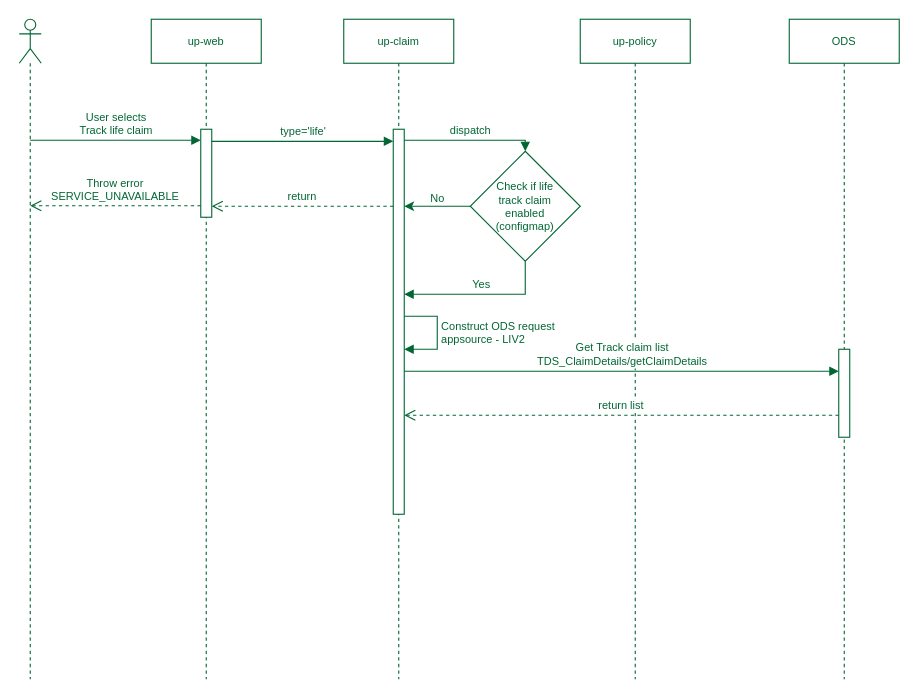
Above: page "Life" (1 of 3) of Track-claim.drawio in ajeeshraj56/drawio (draw.io), before the change. Source tidied: cells renumbered, new cells numbered last; positions are measured from the earlier drawing's top-left corner, leaving out a move shared by most shapes. Both pictures are drawn from the tidied source at 110%, with x=0, y=0 at pixel (19, 19).
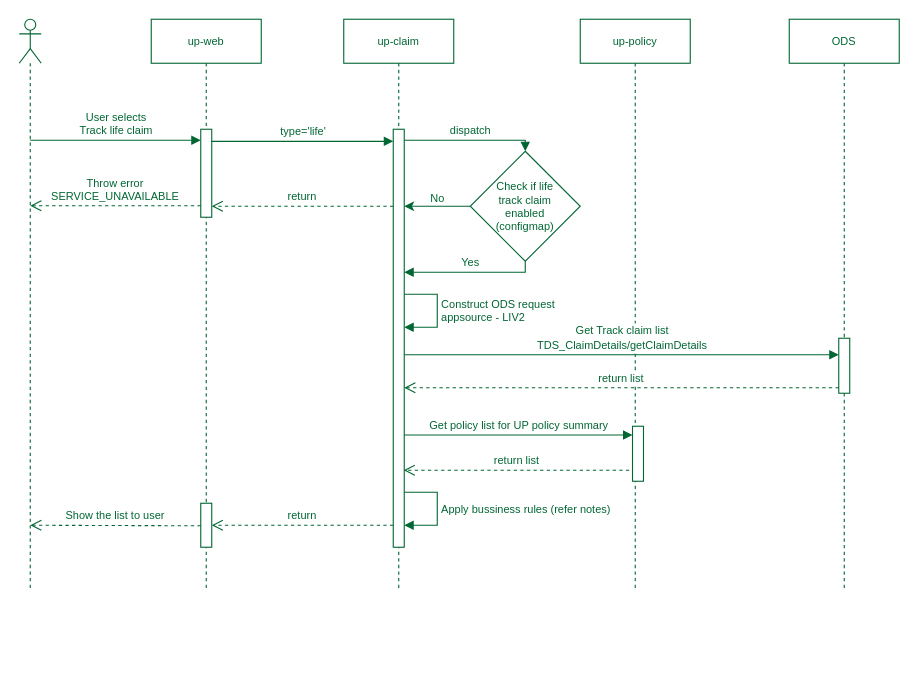
The same page after the edit.

The change refers to these unchanged cells:
```xml
<mxCell id="11" value="&lt;font style=&quot;font-size: 10px;&quot;&gt;Check if life&lt;br style=&quot;font-size: 10px;&quot;&gt;track claim&lt;br style=&quot;font-size: 10px;&quot;&gt;enabled &lt;br style=&quot;font-size: 10px;&quot;&gt;(configmap)&lt;/font&gt;" style="strokeWidth=1;html=1;shape=mxgraph.flowchart.decision;whiteSpace=wrap;strokeColor=#006633;fontColor=#006633;fontSize=10;" parent="1" vertex="1">
  <mxGeometry x="410" y="120" width="100" height="100" as="geometry" />
</mxCell>
```

Diff of the diagram source:
```diff
@@
-    <mxCell id="2" style="shape=umlLifeline;perimeter=lifelinePerimeter;whiteSpace=wrap;html=1;newEdgeStyle={&quot;curved&quot;:0,&quot;rounded&quot;:0};participant=umlActor;strokeColor=#006633;fontColor=#006633;fontSize=10;" parent="1" vertex="1">
-      <mxGeometry width="20" height="600" as="geometry" />
-    </mxCell>
+    <mxCell id="22" style="shape=umlLifeline;perimeter=lifelinePerimeter;whiteSpace=wrap;html=1;newEdgeStyle={&quot;curved&quot;:0,&quot;rounded&quot;:0};participant=umlActor;strokeColor=#006633;fontColor=#006633;fontSize=10;" parent="1" vertex="1">
+      <mxGeometry width="20" height="520" as="geometry" />
+    </mxCell>
     <mxCell id="3" value="up-web" style="shape=umlLifeline;perimeter=lifelinePerimeter;whiteSpace=wrap;html=1;newEdgeStyle={&quot;curved&quot;:0,&quot;rounded&quot;:0};strokeColor=#006633;fontColor=#006633;fontSize=10;" parent="1" vertex="1">
-      <mxGeometry x="120" width="100" height="600" as="geometry" />
+      <mxGeometry x="120" width="100" height="520" as="geometry" />
     </mxCell>
@@
+    <mxCell id="23" style="html=1;perimeter=orthogonalPerimeter;targetShapes=umlLifeline;newEdgeStyle={&quot;curved&quot;:0,&quot;rounded&quot;:0};strokeColor=#006633;fontColor=#006633;fontSize=10;" parent="3" vertex="1">
+      <mxGeometry x="45" y="440" width="10" height="40" as="geometry" />
+    </mxCell>
     <mxCell id="5" value="up-claim" style="shape=umlLifeline;perimeter=lifelinePerimeter;whiteSpace=wrap;html=1;newEdgeStyle={&quot;curved&quot;:0,&quot;rounded&quot;:0};strokeColor=#006633;fontColor=#006633;fontSize=10;" parent="1" vertex="1">
-      <mxGeometry x="295" width="100" height="600" as="geometry" />
+      <mxGeometry x="295" width="100" height="520" as="geometry" />
     </mxCell>
-    <mxCell id="6" style="html=1;points=[[0,0,0,0,5],[0,1,0,0,-5],[1,0,0,0,5],[1,1,0,0,-5]];perimeter=orthogonalPerimeter;outlineConnect=0;targetShapes=umlLifeline;portConstraint=eastwest;newEdgeStyle={&quot;curved&quot;:0,&quot;rounded&quot;:0};strokeColor=#006633;fontColor=#006633;fontSize=10;" parent="5" vertex="1">
-      <mxGeometry x="45" y="100" width="10" height="350" as="geometry" />
-    </mxCell>
+    <mxCell id="24" style="html=1;points=[[0,0,0,0,5],[0,1,0,0,-5],[1,0,0,0,5],[1,1,0,0,-5]];perimeter=orthogonalPerimeter;outlineConnect=0;targetShapes=umlLifeline;portConstraint=eastwest;newEdgeStyle={&quot;curved&quot;:0,&quot;rounded&quot;:0};strokeColor=#006633;fontColor=#006633;fontSize=10;" parent="5" vertex="1">
+      <mxGeometry x="45" y="100" width="10" height="380" as="geometry" />
+    </mxCell>
     <mxCell id="7" value="up-policy" style="shape=umlLifeline;perimeter=lifelinePerimeter;whiteSpace=wrap;html=1;newEdgeStyle={&quot;curved&quot;:0,&quot;rounded&quot;:0};strokeColor=#006633;fontColor=#006633;fontSize=10;" parent="1" vertex="1">
-      <mxGeometry x="510" width="100" height="600" as="geometry" />
+      <mxGeometry x="510" width="100" height="520" as="geometry" />
     </mxCell>
+    <mxCell id="25" style="html=1;perimeter=orthogonalPerimeter;targetShapes=umlLifeline;newEdgeStyle={&quot;curved&quot;:0,&quot;rounded&quot;:0};fontColor=#006633;strokeColor=#006633;" parent="7" vertex="1">
+      <mxGeometry x="47.5" y="370" width="10" height="50" as="geometry" />
+    </mxCell>
     <mxCell id="8" value="ODS" style="shape=umlLifeline;perimeter=lifelinePerimeter;whiteSpace=wrap;html=1;newEdgeStyle={&quot;curved&quot;:0,&quot;rounded&quot;:0};strokeColor=#006633;fontColor=#006633;fontSize=10;" parent="1" vertex="1">
-      <mxGeometry x="700" width="100" height="600" as="geometry" />
+      <mxGeometry x="700" width="100" height="520" as="geometry" />
     </mxCell>
-    <mxCell id="9" style="html=1;points=[[0,0,0,0,5],[0,1,0,0,-5],[1,0,0,0,5],[1,1,0,0,-5]];perimeter=orthogonalPerimeter;outlineConnect=0;targetShapes=umlLifeline;portConstraint=eastwest;newEdgeStyle={&quot;curved&quot;:0,&quot;rounded&quot;:0};fontColor=#006633;strokeColor=#006633;" parent="8" vertex="1">
-      <mxGeometry x="45" y="300" width="10" height="80" as="geometry" />
-    </mxCell>
-    <mxCell id="10" style="rounded=0;jettySize=auto;html=1;exitX=0;exitY=0.5;exitDx=0;exitDy=0;exitPerimeter=0;strokeColor=#006633;fontColor=#006633;fontSize=10;" parent="1" edge="1" source="11" target="6">
-      <mxGeometry relative="1" as="geometry" />
-    </mxCell>
+    <mxCell id="26" style="html=1;points=[[0,0,0,0,5],[0,1,0,0,-5],[1,0,0,0,5],[1,1,0,0,-5]];perimeter=orthogonalPerimeter;outlineConnect=0;targetShapes=umlLifeline;portConstraint=eastwest;newEdgeStyle={&quot;curved&quot;:0,&quot;rounded&quot;:0};fontColor=#006633;strokeColor=#006633;" parent="8" vertex="1">
+      <mxGeometry x="45" y="290" width="10" height="50" as="geometry" />
+    </mxCell>
+    <mxCell id="27" style="rounded=0;jettySize=auto;html=1;exitX=0;exitY=0.5;exitDx=0;exitDy=0;exitPerimeter=0;strokeColor=#006633;fontColor=#006633;fontSize=10;" parent="1" edge="1" source="11" target="24">
+      <mxGeometry relative="1" as="geometry" />
+    </mxCell>
@@
-    <mxCell id="14" value="dispatch" style="html=1;verticalAlign=bottom;endArrow=block;rounded=0;entryX=0.5;entryY=0;entryDx=0;entryDy=0;entryPerimeter=0;edgeStyle=orthogonalEdgeStyle;strokeColor=#006633;fontColor=#006633;fontSize=10;" parent="1" edge="1" source="6" target="11">
+    <mxCell id="14" value="dispatch" style="html=1;verticalAlign=bottom;endArrow=block;rounded=0;entryX=0.5;entryY=0;entryDx=0;entryDy=0;entryPerimeter=0;edgeStyle=orthogonalEdgeStyle;strokeColor=#006633;fontColor=#006633;fontSize=10;" parent="1" edge="1" source="24" target="11">
       <mxGeometry relative="1" as="geometry">
         <Array as="points">
           <mxPoint x="460" y="110" />
         </Array>
       </mxGeometry>
     </mxCell>
@@
-    <mxCell id="16" value="return" style="html=1;verticalAlign=bottom;endArrow=open;dashed=1;endSize=8;curved=0;rounded=0;strokeColor=#006633;fontColor=#006633;fontSize=10;" parent="1" edge="1">
-      <mxGeometry relative="1" as="geometry">
-        <mxPoint x="340" y="170" as="sourcePoint" />
-        <mxPoint x="175" y="170" as="targetPoint" />
-      </mxGeometry>
-    </mxCell>
+    <mxCell id="28" value="return" style="html=1;verticalAlign=bottom;endArrow=open;dashed=1;endSize=8;curved=0;rounded=0;strokeColor=#006633;fontColor=#006633;fontSize=10;" parent="1" edge="1">
+      <mxGeometry relative="1" as="geometry">
+        <mxPoint x="340" y="170" as="sourcePoint" />
+        <mxPoint x="175" y="170" as="targetPoint" />
+      </mxGeometry>
+    </mxCell>
@@
-    <mxCell id="18" value="Yes" style="html=1;verticalAlign=bottom;endArrow=block;rounded=0;exitX=0.5;exitY=1;exitDx=0;exitDy=0;exitPerimeter=0;edgeStyle=orthogonalEdgeStyle;strokeColor=#006633;fontColor=#006633;fontSize=10;" parent="1" edge="1" source="11" target="6">
+    <mxCell id="18" value="Yes" style="html=1;verticalAlign=bottom;endArrow=block;rounded=0;exitX=0.5;exitY=1;exitDx=0;exitDy=0;exitPerimeter=0;edgeStyle=orthogonalEdgeStyle;strokeColor=#006633;fontColor=#006633;fontSize=10;" parent="1" edge="1" source="11" target="24">
       <mxGeometry relative="1" as="geometry">
         <Array as="points">
-          <mxPoint x="460" y="250" />
+          <mxPoint x="460" y="230" />
         </Array>
       </mxGeometry>
     </mxCell>
-    <mxCell id="19" value="&lt;font style=&quot;font-size: 10px;&quot;&gt;Construct ODS request&lt;br style=&quot;font-size: 10px;&quot;&gt;appsource - LIV2&lt;/font&gt;" style="html=1;align=left;spacingLeft=2;endArrow=block;rounded=0;edgeStyle=orthogonalEdgeStyle;curved=0;rounded=0;strokeColor=#006633;fontColor=#006633;fontSize=10;" parent="1" edge="1" target="6">
+    <mxCell id="19" value="&lt;font style=&quot;font-size: 10px;&quot;&gt;Construct ODS request&lt;br style=&quot;font-size: 10px;&quot;&gt;appsource - LIV2&lt;/font&gt;" style="html=1;align=left;spacingLeft=2;endArrow=block;rounded=0;edgeStyle=orthogonalEdgeStyle;curved=0;rounded=0;strokeColor=#006633;fontColor=#006633;fontSize=10;" parent="1" edge="1">
       <mxGeometry relative="1" as="geometry">
-        <mxPoint x="350" y="270" as="sourcePoint" />
+        <mxPoint x="350" y="250" as="sourcePoint" />
+        <mxPoint x="350" y="280" as="targetPoint" />
         <Array as="points">
-          <mxPoint x="380" y="270" />
-          <mxPoint x="380" y="300" />
+          <mxPoint x="380" y="250" />
+          <mxPoint x="380" y="280" />
         </Array>
       </mxGeometry>
     </mxCell>
-    <mxCell id="20" value="&lt;font style=&quot;font-size: 10px;&quot;&gt;Get Track claim list&lt;br&gt;TDS_ClaimDetails/getClaimDetails&lt;/font&gt;" style="html=1;verticalAlign=bottom;endArrow=block;curved=0;rounded=0;fontColor=#006633;strokeColor=#006633;" parent="1" edge="1" target="9">
+    <mxCell id="20" value="&lt;font style=&quot;font-size: 10px;&quot;&gt;Get Track claim list&lt;br&gt;TDS_ClaimDetails/getClaimDetails&lt;/font&gt;" style="html=1;verticalAlign=bottom;endArrow=block;curved=0;rounded=0;fontColor=#006633;strokeColor=#006633;" parent="1" edge="1" target="26">
       <mxGeometry relative="1" as="geometry">
-        <mxPoint x="350" y="320" as="sourcePoint" />
+        <mxPoint x="350" y="305" as="sourcePoint" />
       </mxGeometry>
     </mxCell>
-    <mxCell id="21" value="return list" style="html=1;verticalAlign=bottom;endArrow=open;dashed=1;endSize=8;curved=0;rounded=0;strokeColor=#006633;fontColor=#006633;fontSize=10;" parent="1" edge="1">
-      <mxGeometry relative="1" as="geometry">
-        <mxPoint x="745" y="360" as="sourcePoint" />
-        <mxPoint x="350" y="360" as="targetPoint" />
-      </mxGeometry>
-    </mxCell>
+    <mxCell id="29" value="return list" style="html=1;verticalAlign=bottom;endArrow=open;dashed=1;endSize=8;curved=0;rounded=0;strokeColor=#006633;fontColor=#006633;fontSize=10;" parent="1" edge="1">
+      <mxGeometry relative="1" as="geometry">
+        <mxPoint x="745" y="335" as="sourcePoint" />
+        <mxPoint x="350" y="335" as="targetPoint" />
+      </mxGeometry>
+    </mxCell>
+    <mxCell id="30" value="&lt;span style=&quot;font-size: 10px;&quot;&gt;Get policy list for UP policy summary&lt;/span&gt;" style="html=1;verticalAlign=bottom;endArrow=block;curved=0;rounded=0;fontColor=#006633;strokeColor=#006633;" parent="1" edge="1">
+      <mxGeometry relative="1" as="geometry">
+        <mxPoint x="350" y="378" as="sourcePoint" />
+        <mxPoint x="557.5" y="378" as="targetPoint" />
+      </mxGeometry>
+    </mxCell>
+    <mxCell id="31" value="return list" style="html=1;verticalAlign=bottom;endArrow=open;dashed=1;endSize=8;curved=0;rounded=0;strokeColor=#006633;fontColor=#006633;fontSize=10;" parent="1" edge="1">
+      <mxGeometry relative="1" as="geometry">
+        <mxPoint x="554.5" y="410" as="sourcePoint" />
+        <mxPoint x="349.5" y="410" as="targetPoint" />
+        <Array as="points">
+          <mxPoint x="439.5" y="410" />
+        </Array>
+      </mxGeometry>
+    </mxCell>
+    <mxCell id="32" value="Apply bussiness rules (refer notes)" style="html=1;align=left;spacingLeft=2;endArrow=block;rounded=0;edgeStyle=orthogonalEdgeStyle;curved=0;rounded=0;strokeColor=#006633;fontColor=#006633;fontSize=10;" parent="1" edge="1">
+      <mxGeometry relative="1" as="geometry">
+        <mxPoint x="350" y="430" as="sourcePoint" />
+        <mxPoint x="350" y="460" as="targetPoint" />
+        <Array as="points">
+          <mxPoint x="380" y="430" />
+          <mxPoint x="380" y="460" />
+        </Array>
+      </mxGeometry>
+    </mxCell>
+    <mxCell id="33" value="return" style="html=1;verticalAlign=bottom;endArrow=open;dashed=1;endSize=8;curved=0;rounded=0;strokeColor=#006633;fontColor=#006633;fontSize=10;" parent="1" edge="1">
+      <mxGeometry relative="1" as="geometry">
+        <mxPoint x="340" y="460" as="sourcePoint" />
+        <mxPoint x="175" y="460" as="targetPoint" />
+      </mxGeometry>
+    </mxCell>
+    <mxCell id="34" value="Show the list to user" style="html=1;verticalAlign=bottom;endArrow=open;dashed=1;endSize=8;curved=0;rounded=0;strokeColor=#006633;fontColor=#006633;fontSize=10;" parent="1" edge="1">
+      <mxGeometry relative="1" as="geometry">
+        <mxPoint x="165" y="460.5" as="sourcePoint" />
+        <mxPoint x="10" y="460" as="targetPoint" />
+      </mxGeometry>
+    </mxCell>
```
